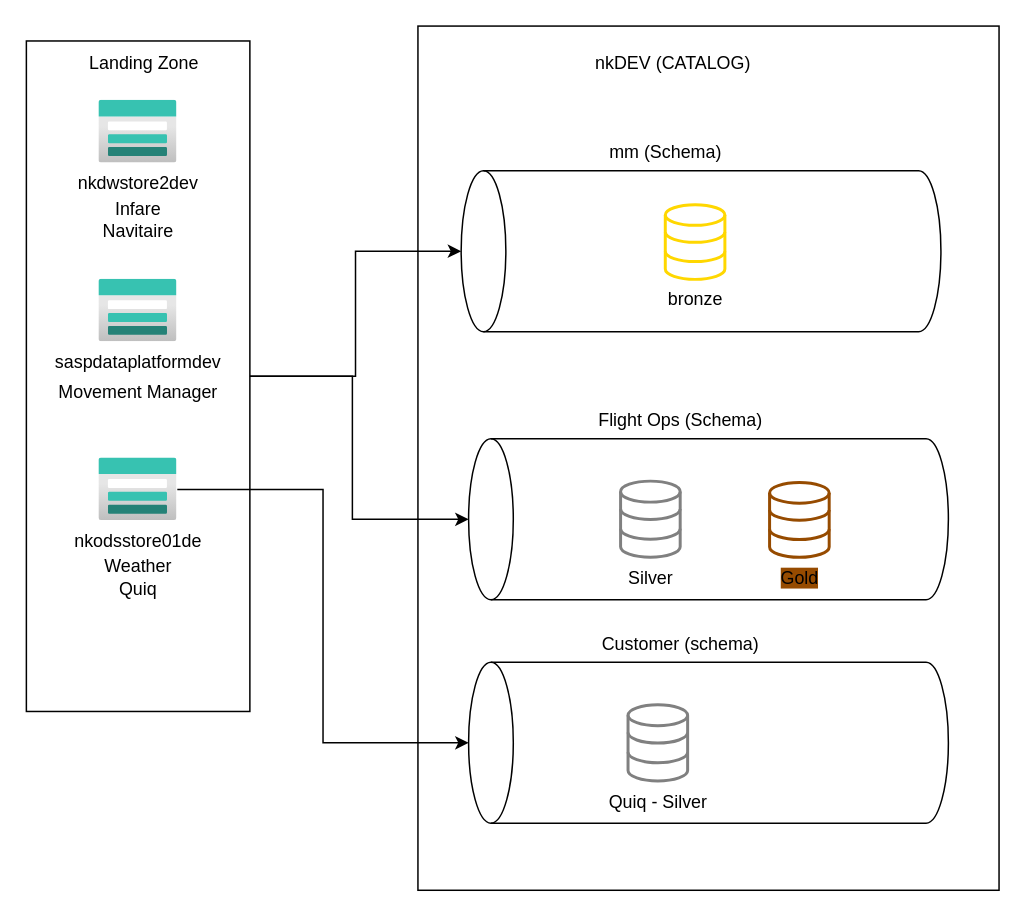
Earlier version of the draw.io diagram UnityCatalog.drawio (nkuppili/nkuppili). Source tidied: cells renumbered, new cells numbered last; positions are measured from the earlier drawing's top-left corner, leaving out a move shared by most shapes. Both pictures are drawn from the tidied source at 149%, with x=0, y=0 at pixel (25, 10).
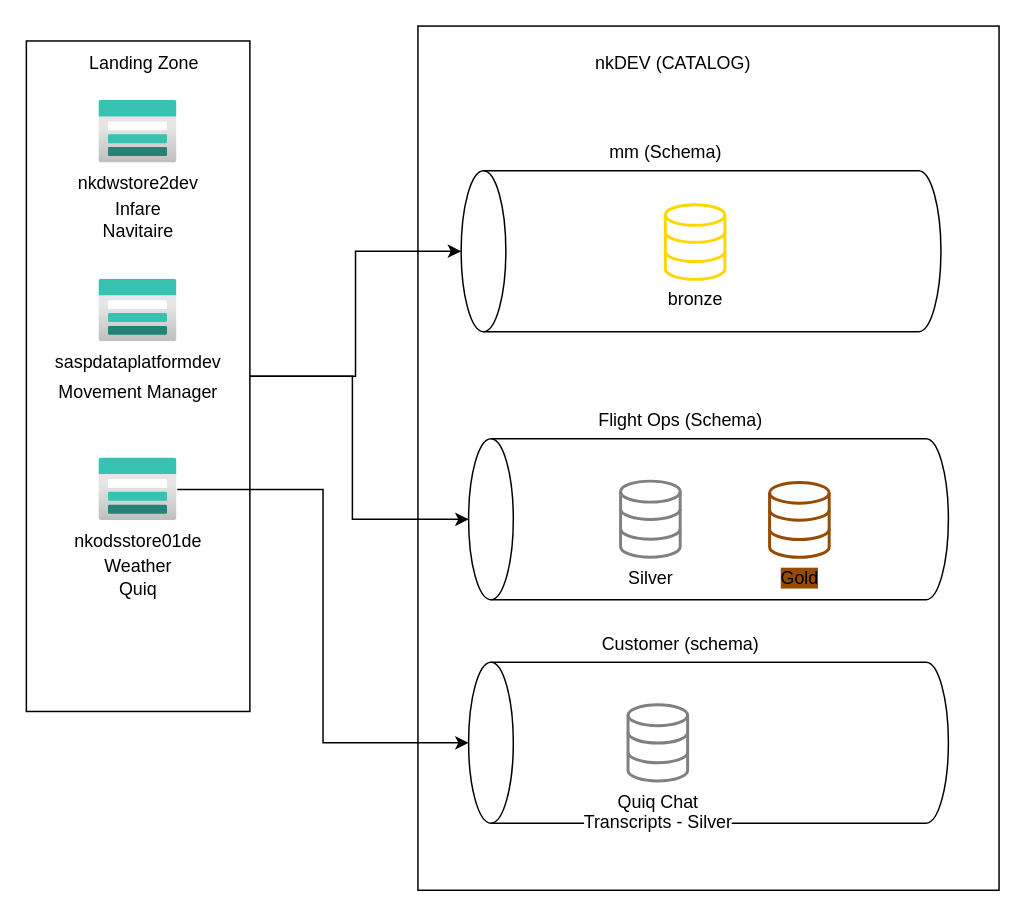
After the change.

The edit, as a diff of the source:
```diff
@@
-    <mxCell id="22" value="Quiq - Silver" style="html=1;verticalLabelPosition=bottom;align=center;labelBackgroundColor=#ffffff;verticalAlign=top;strokeWidth=2;strokeColor=#808080;shadow=0;dashed=0;shape=mxgraph.ios7.icons.data;" parent="1" vertex="1">
+    <mxCell id="22" value="Quiq Chat &lt;br&gt;Transcripts - Silver" style="html=1;verticalLabelPosition=bottom;align=center;labelBackgroundColor=#ffffff;verticalAlign=top;strokeWidth=2;strokeColor=#808080;shadow=0;dashed=0;shape=mxgraph.ios7.icons.data;" parent="1" vertex="1">
       <mxGeometry x="404" y="465.5" width="40" height="51.1" as="geometry" />
     </mxCell>
```
